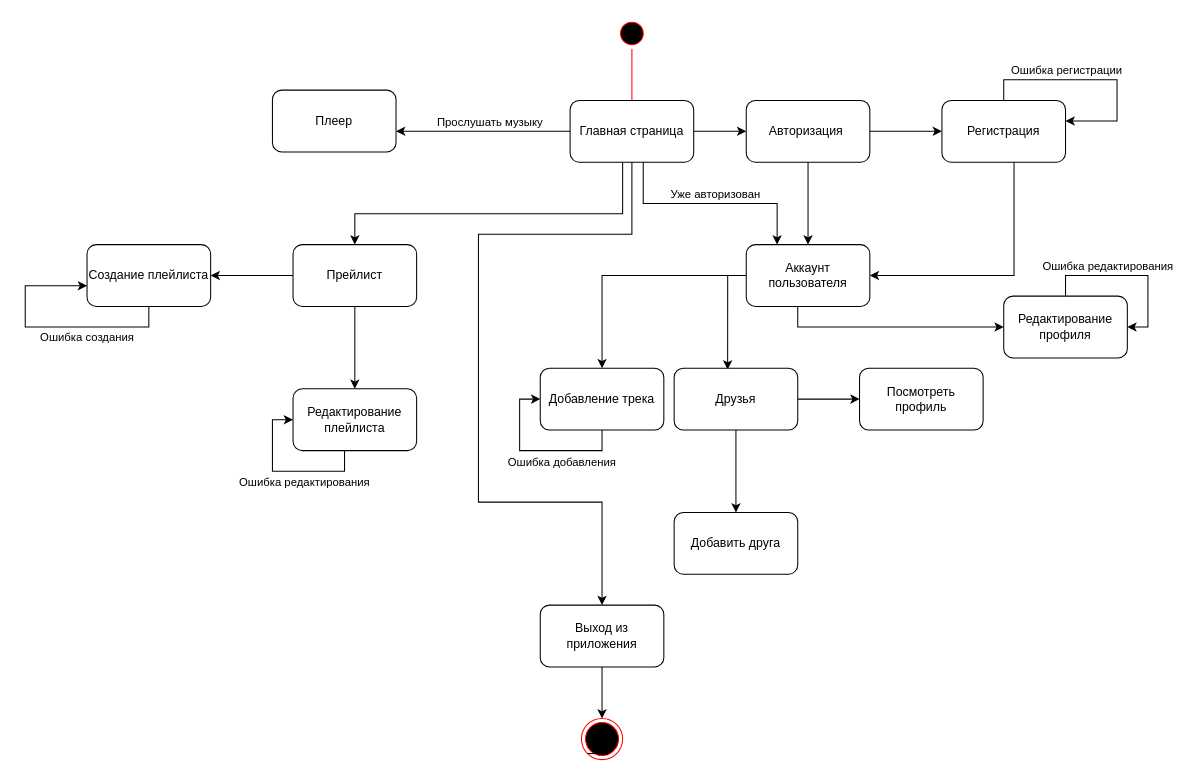
Roman-30/--5.2-1 keeps this draw.io diagram as Диаграммы/Диаграмма состояния/Диаграмма состояния.drawio. Above is the earlier version. Source tidied: cells renumbered, new cells numbered last; positions are measured from the earlier drawing's top-left corner, leaving out a move shared by most shapes. Both pictures are drawn from the tidied source at 103%, with x=0, y=0 at pixel (25, 18).
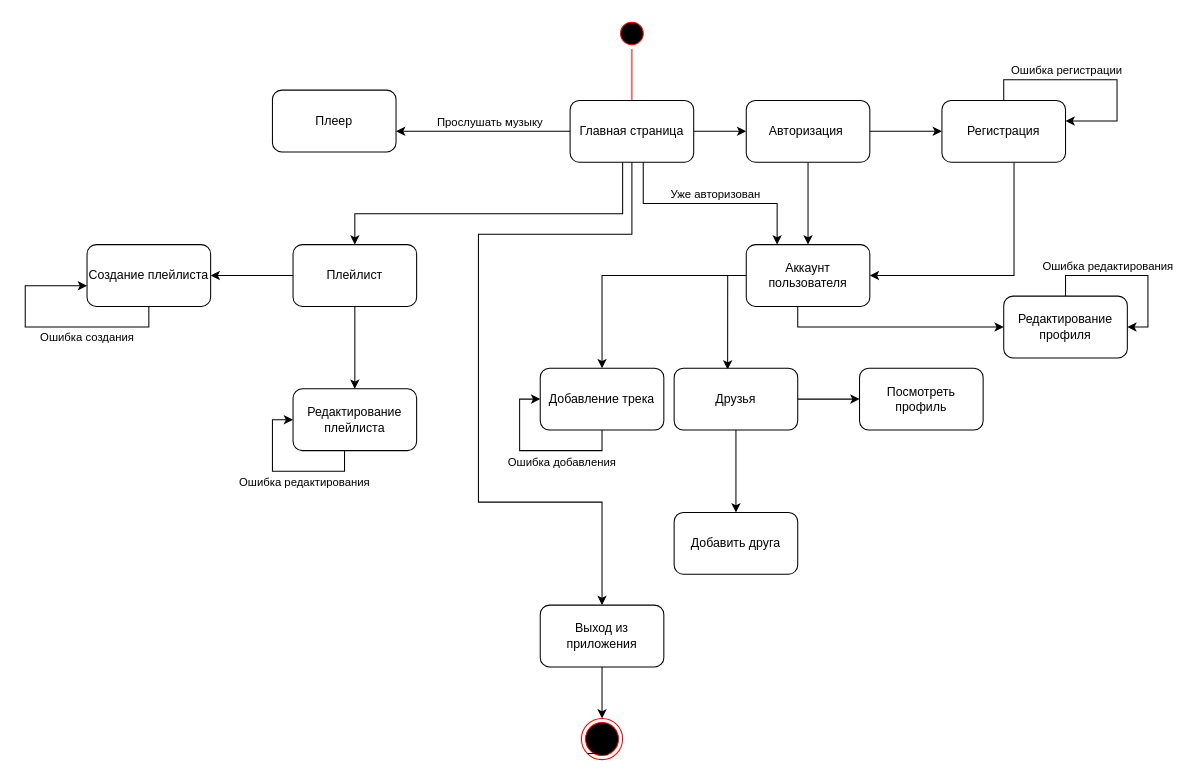
Above is the later version.

The edit, as a diff of the source:
```diff
@@
-    <mxCell id="28" value="Прейлист" style="rounded=1;whiteSpace=wrap;html=1;" parent="1" vertex="1">
+    <mxCell id="28" value="Плейлист" style="rounded=1;whiteSpace=wrap;html=1;" parent="1" vertex="1">
       <mxGeometry x="260" y="220" width="120" height="60" as="geometry" />
     </mxCell>
```
